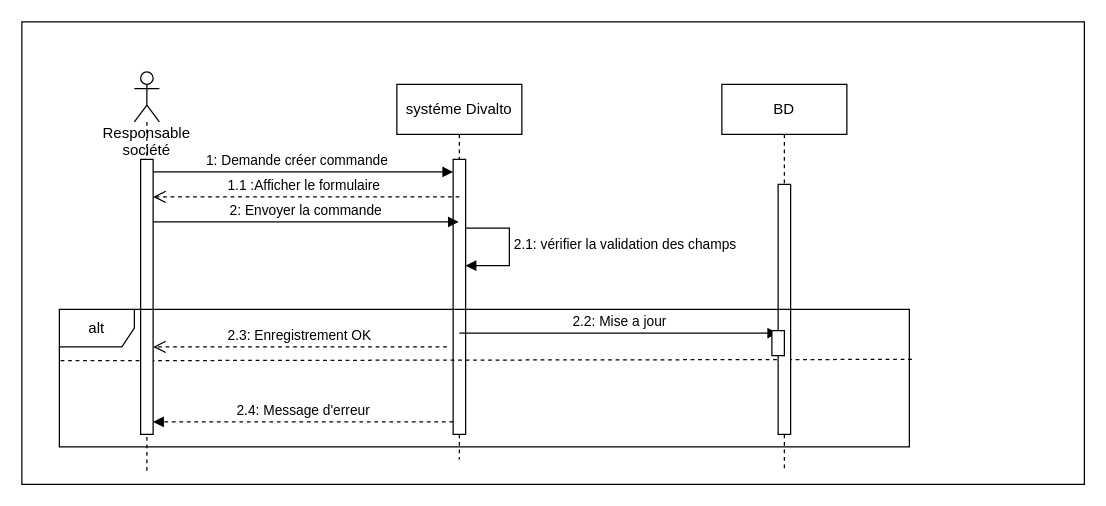
Above: creecommande.drawio in labidimahdi/diagrams (draw.io), before the change. Source tidied: cells renumbered, new cells numbered last; positions are measured from the earlier drawing's top-left corner, leaving out a move shared by most shapes. Both pictures are drawn from the tidied source at 125%, with x=0, y=0 at pixel (21, 21).
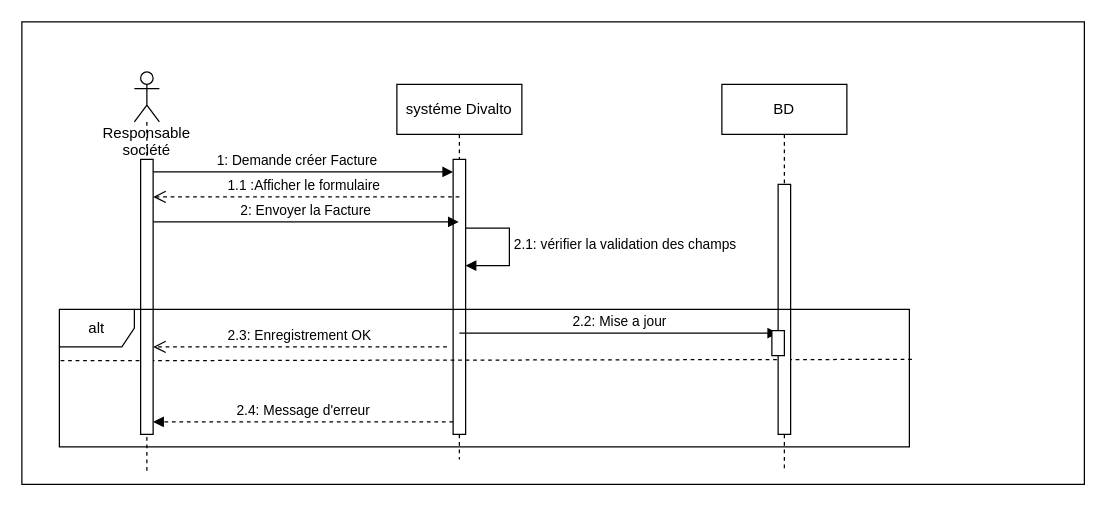
The same diagram, later.

Commit message (it also covers changes not shown here):
Mettre à jour creecommande.drawio

The change refers to these unchanged cells:
```xml
<mxCell id="3" value="systéme Divalto" style="shape=umlLifeline;perimeter=lifelinePerimeter;whiteSpace=wrap;html=1;outlineConnect=0;portConstraint=eastwest;newEdgeStyle={&quot;edgeStyle&quot;:&quot;elbowEdgeStyle&quot;,&quot;elbow&quot;:&quot;vertical&quot;,&quot;curved&quot;:0,&quot;rounded&quot;:0};" parent="1" vertex="1">
  <mxGeometry x="300" y="50" width="100" height="300" as="geometry" />
</mxCell>
<mxCell id="5" style="html=1;points=[];perimeter=orthogonalPerimeter;outlineConnect=0;targetShapes=umlLifeline;portConstraint=eastwest;newEdgeStyle={&quot;edgeStyle&quot;:&quot;elbowEdgeStyle&quot;,&quot;elbow&quot;:&quot;vertical&quot;,&quot;curved&quot;:0,&quot;rounded&quot;:0};" parent="3" vertex="1">
  <mxGeometry x="45" y="60" width="10" height="220" as="geometry" />
</mxCell>
<mxCell id="10" style="html=1;points=[];perimeter=orthogonalPerimeter;outlineConnect=0;targetShapes=umlLifeline;portConstraint=eastwest;newEdgeStyle={&quot;edgeStyle&quot;:&quot;elbowEdgeStyle&quot;,&quot;elbow&quot;:&quot;vertical&quot;,&quot;curved&quot;:0,&quot;rounded&quot;:0};" parent="9" vertex="1">
  <mxGeometry x="5" y="70" width="10" height="220" as="geometry" />
</mxCell>
```

Change to the diagram source:
```diff
@@
-    <mxCell id="6" value="1: Demande créer commande" style="html=1;verticalAlign=bottom;endArrow=block;edgeStyle=elbowEdgeStyle;elbow=vertical;curved=0;rounded=0;" parent="1" edge="1" target="5">
+    <mxCell id="6" value="1: Demande créer Facture" style="html=1;verticalAlign=bottom;endArrow=block;edgeStyle=elbowEdgeStyle;elbow=vertical;curved=0;rounded=0;" parent="1" edge="1" target="5">
       <mxGeometry relative="1" as="geometry">
         <mxPoint x="95" y="120" as="sourcePoint" />
         <Array as="points">
           <mxPoint x="180" y="120" />
         </Array>
       </mxGeometry>
     </mxCell>
@@
-    <mxCell id="8" value="2: Envoyer la commande" style="html=1;verticalAlign=bottom;endArrow=block;edgeStyle=elbowEdgeStyle;elbow=vertical;curved=0;rounded=0;" parent="1" edge="1" source="10" target="3">
+    <mxCell id="8" value="2: Envoyer la Facture" style="html=1;verticalAlign=bottom;endArrow=block;edgeStyle=elbowEdgeStyle;elbow=vertical;curved=0;rounded=0;" parent="1" edge="1" source="10" target="3">
       <mxGeometry relative="1" as="geometry">
         <Array as="points">
           <mxPoint x="190" y="160" />
         </Array>
       </mxGeometry>
     </mxCell>
```
